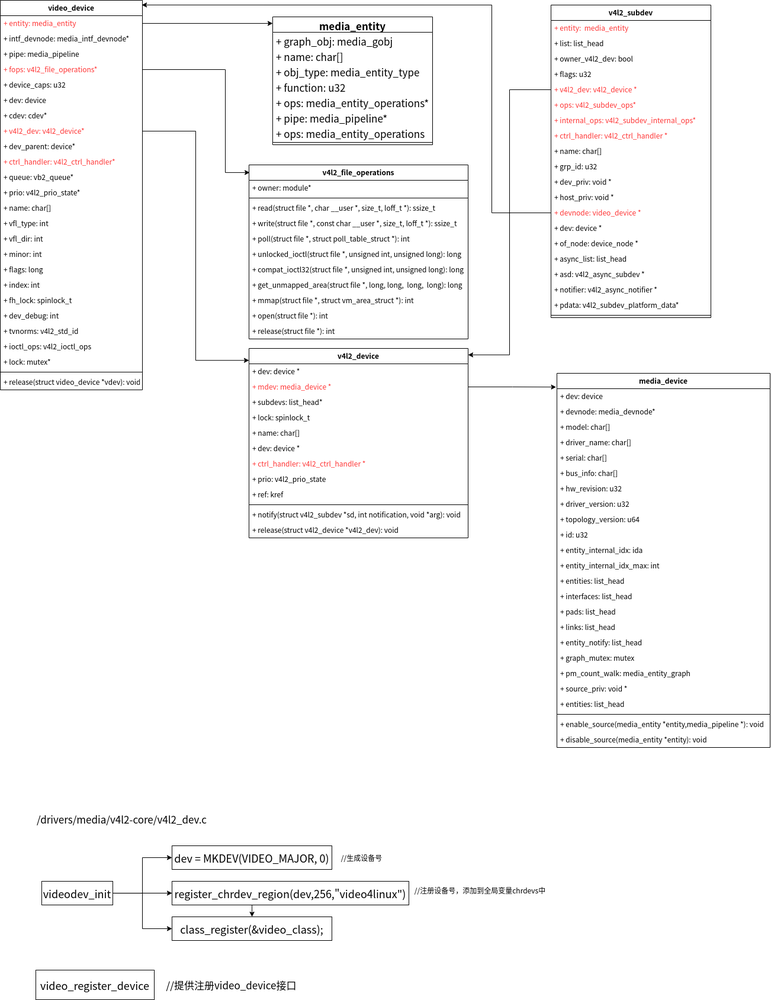
Above: v4l2-core.png in zhangmeizhen/test2 (draw.io), before the change. Source tidied: cells renumbered, new cells last; positions are measured from the earlier drawing's top-left corner, leaving out a move shared by most shapes.
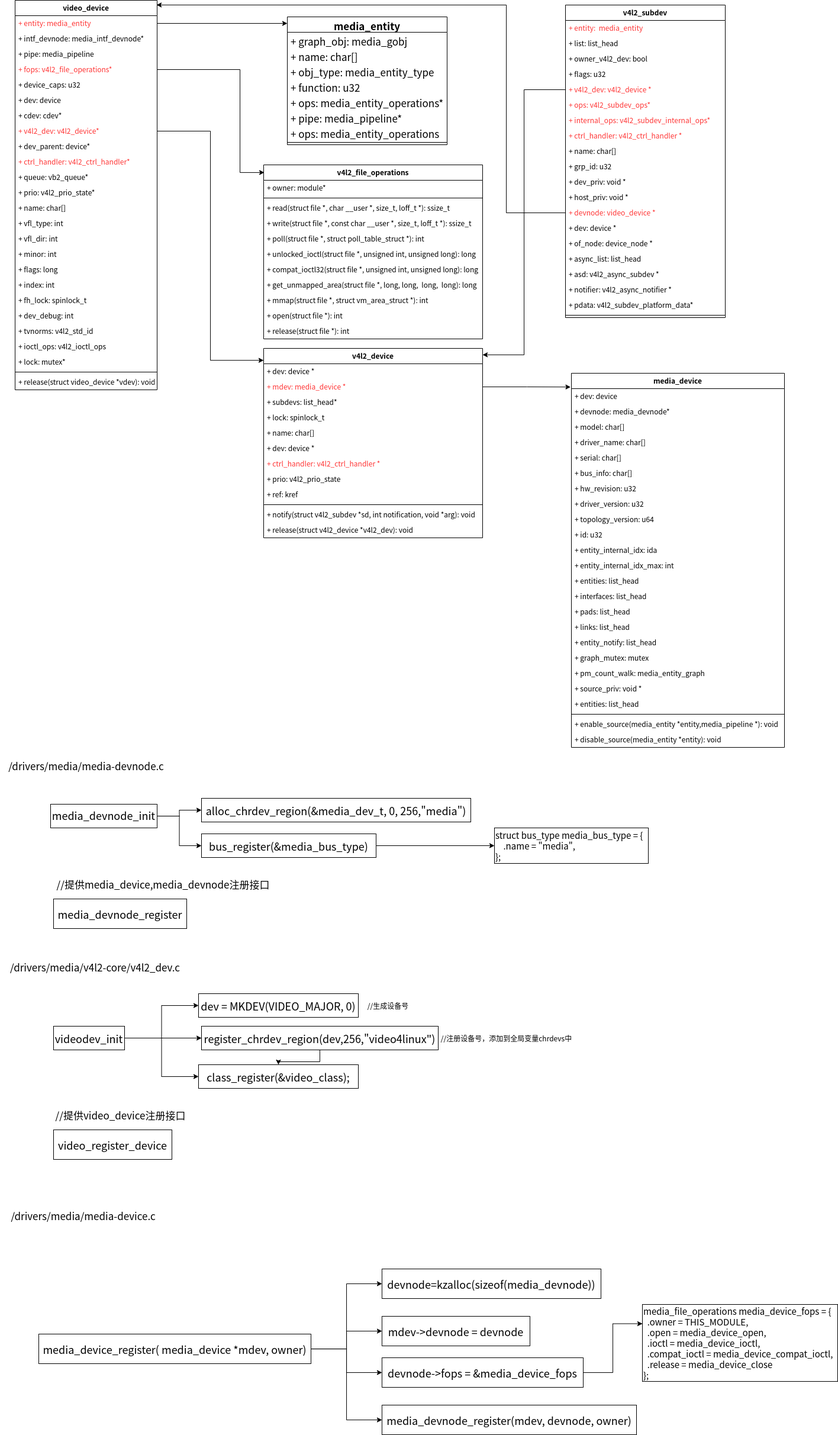
Later version of the same file.

What changed in the source:
```diff
@@ -246,32 +246,29 @@
     <mxCell id="79" style="edgeStyle=orthogonalEdgeStyle;rounded=0;jettySize=auto;html=1;entryX=0;entryY=0.5;entryDx=0;entryDy=0;fontColor=#000000;" parent="1" edge="1" source="82" target="84">
       <mxGeometry relative="1" as="geometry" />
     </mxCell>
-    <mxCell id="80" style="edgeStyle=orthogonalEdgeStyle;rounded=0;jettySize=auto;html=1;fontColor=#000000;" parent="1" edge="1" source="82" target="86">
+    <mxCell id="80" style="edgeStyle=orthogonalEdgeStyle;rounded=0;jettySize=auto;html=1;fontColor=#000000;startArrow=none;" parent="1" edge="1" source="84" target="86">
       <mxGeometry relative="1" as="geometry" />
     </mxCell>
     <mxCell id="81" style="edgeStyle=orthogonalEdgeStyle;rounded=0;jettySize=auto;html=1;entryX=0;entryY=0.5;entryDx=0;entryDy=0;fontColor=#000000;" parent="1" edge="1" source="82" target="86">
       <mxGeometry relative="1" as="geometry" />
     </mxCell>
     <mxCell id="82" value="&lt;div style=&quot;background-color: rgb(255, 255, 255); font-family: &amp;quot;Droid Sans Mono&amp;quot;, monospace, monospace, &amp;quot;Droid Sans Fallback&amp;quot;; font-size: 18px; line-height: 24px;&quot;&gt;&lt;span style=&quot;&quot;&gt;videodev_init&lt;/span&gt;&lt;/div&gt;" style="whiteSpace=wrap;html=1;fontColor=#000000;" parent="1" vertex="1">
-      <mxGeometry x="70" y="1488" width="120" height="40" as="geometry" />
+      <mxGeometry x="65" y="1733" width="120" height="40" as="geometry" />
     </mxCell>
     <mxCell id="83" value="&lt;font color=&quot;#000000&quot; style=&quot;font-size: 17px;&quot;&gt;/drivers/media/v4l2-core/v4l2_dev.c&lt;/font&gt;" style="text;html=1;align=center;verticalAlign=middle;strokeColor=none;fillColor=none;fontColor=#FF3333;fontSize=17;" parent="1" vertex="1">
-      <mxGeometry x="50" y="1368" width="310" height="30" as="geometry" />
+      <mxGeometry x="-20" y="1618" width="310" height="30" as="geometry" />
     </mxCell>
-    <mxCell id="84" value="&lt;div style=&quot;background-color: rgb(255, 255, 255); font-family: &amp;quot;Droid Sans Mono&amp;quot;, monospace, monospace, &amp;quot;Droid Sans Fallback&amp;quot;; font-size: 18px; line-height: 24px;&quot;&gt;&lt;div style=&quot;font-family: &amp;quot;Droid Sans Mono&amp;quot;, monospace, monospace, &amp;quot;Droid Sans Fallback&amp;quot;; line-height: 24px;&quot;&gt;&lt;span style=&quot;&quot;&gt;register_chrdev_region(dev,256,&quot;&lt;/span&gt;&lt;span style=&quot;&quot;&gt;video4linux&lt;/span&gt;&lt;span style=&quot;&quot;&gt;&quot;)&lt;/span&gt;&lt;/div&gt;&lt;/div&gt;" style="html=1;fontColor=#000000;whiteSpace=wrap;" parent="1" vertex="1">
-      <mxGeometry x="290" y="1488" width="400" height="40" as="geometry" />
-    </mxCell>
     <mxCell id="85" value="&lt;div style=&quot;background-color: rgb(255, 255, 255); font-family: &amp;quot;Droid Sans Mono&amp;quot;, monospace, monospace, &amp;quot;Droid Sans Fallback&amp;quot;; font-size: 18px; line-height: 24px;&quot;&gt;&lt;div style=&quot;font-family: &amp;quot;Droid Sans Mono&amp;quot;, monospace, monospace, &amp;quot;Droid Sans Fallback&amp;quot;; line-height: 24px;&quot;&gt;&lt;div style=&quot;font-family: &amp;quot;Droid Sans Mono&amp;quot;, monospace, monospace, &amp;quot;Droid Sans Fallback&amp;quot;; line-height: 24px;&quot;&gt;dev = &lt;span style=&quot;&quot;&gt;MKDEV&lt;/span&gt;(VIDEO_MAJOR, &lt;span style=&quot;&quot;&gt;0&lt;/span&gt;)&lt;/div&gt;&lt;/div&gt;&lt;/div&gt;" style="html=1;fontColor=#000000;whiteSpace=wrap;" parent="1" vertex="1">
-      <mxGeometry x="290" y="1428" width="270" height="40" as="geometry" />
+      <mxGeometry x="310" y="1678" width="270" height="40" as="geometry" />
     </mxCell>
     <mxCell id="86" value="&lt;div style=&quot;background-color: rgb(255, 255, 255); font-family: &amp;quot;Droid Sans Mono&amp;quot;, monospace, monospace, &amp;quot;Droid Sans Fallback&amp;quot;; font-size: 18px; line-height: 24px;&quot;&gt;&lt;div style=&quot;font-family: &amp;quot;Droid Sans Mono&amp;quot;, monospace, monospace, &amp;quot;Droid Sans Fallback&amp;quot;; line-height: 24px;&quot;&gt;&lt;div style=&quot;font-family: &amp;quot;Droid Sans Mono&amp;quot;, monospace, monospace, &amp;quot;Droid Sans Fallback&amp;quot;; line-height: 24px;&quot;&gt;&lt;div style=&quot;font-family: &amp;quot;Droid Sans Mono&amp;quot;, monospace, monospace, &amp;quot;Droid Sans Fallback&amp;quot;; line-height: 24px;&quot;&gt;&lt;span style=&quot;&quot;&gt;class_register&lt;/span&gt;(&amp;amp;video_class);&lt;/div&gt;&lt;/div&gt;&lt;/div&gt;&lt;/div&gt;" style="html=1;fontColor=#000000;whiteSpace=wrap;" parent="1" vertex="1">
-      <mxGeometry x="290" y="1548" width="270" height="40" as="geometry" />
+      <mxGeometry x="310" y="1798" width="270" height="40" as="geometry" />
     </mxCell>
     <mxCell id="87" value="//生成设备号" style="text;html=1;align=center;verticalAlign=middle;strokeColor=none;fillColor=none;fontColor=#000000;" parent="1" vertex="1">
-      <mxGeometry x="565" y="1433" width="90" height="30" as="geometry" />
+      <mxGeometry x="585" y="1683" width="90" height="30" as="geometry" />
     </mxCell>
     <mxCell id="88" value="//注册设备号，添加到全局变量chrdevs中" style="text;html=1;align=center;verticalAlign=middle;strokeColor=none;fillColor=none;fontColor=#000000;" parent="1" vertex="1">
-      <mxGeometry x="690" y="1488" width="240" height="30" as="geometry" />
+      <mxGeometry x="710" y="1738" width="240" height="30" as="geometry" />
     </mxCell>
     <mxCell id="89" value="media_device" style="swimlane;fontStyle=1;align=center;verticalAlign=top;horizontal=1;startSize=26;fontColor=#000000;" parent="1" vertex="1">
       <mxGeometry x="940" y="630" width="360" height="632" as="geometry" />
@@ -382,10 +379,82 @@
       <mxGeometry relative="1" as="geometry" />
     </mxCell>
     <mxCell id="125" value="&lt;div style=&quot;background-color: rgb(255, 255, 255); font-family: &amp;quot;Droid Sans Mono&amp;quot;, monospace, monospace, &amp;quot;Droid Sans Fallback&amp;quot;; font-size: 18px; line-height: 24px;&quot;&gt;video_register_device&lt;/div&gt;" style="whiteSpace=wrap;html=1;fontSize=17;fontColor=#000000;strokeColor=default;strokeWidth=1;" parent="1" vertex="1">
-      <mxGeometry x="60" y="1638" width="200" height="50" as="geometry" />
+      <mxGeometry x="65" y="1908" width="200" height="50" as="geometry" />
     </mxCell>
-    <mxCell id="126" value="//提供注册video_device接口" style="text;html=1;align=center;verticalAlign=middle;strokeColor=none;fillColor=none;fontSize=17;fontColor=#000000;" parent="1" vertex="1">
-      <mxGeometry x="270" y="1648" width="240" height="30" as="geometry" />
+    <mxCell id="126" value="//提供video_device注册接口" style="text;html=1;align=center;verticalAlign=middle;strokeColor=none;fillColor=none;fontSize=17;fontColor=#000000;" parent="1" vertex="1">
+      <mxGeometry x="57.5" y="1868" width="240" height="30" as="geometry" />
     </mxCell>
+    <mxCell id="127" value="&lt;span style=&quot;font-size: 17px;&quot;&gt;/drivers/media/media-device&lt;/span&gt;&lt;span style=&quot;font-size: 17px;&quot;&gt;.c&lt;/span&gt;" style="text;html=1;align=center;verticalAlign=middle;strokeColor=none;fillColor=none;fontSize=15;fontColor=#000000;" parent="1" vertex="1">
+      <mxGeometry x="-20" y="2038" width="270" height="30" as="geometry" />
+    </mxCell>
+    <mxCell id="128" style="edgeStyle=orthogonalEdgeStyle;rounded=0;jettySize=auto;html=1;entryX=0;entryY=0.5;entryDx=0;entryDy=0;fontSize=15;fontColor=#000000;" parent="1" edge="1" source="132" target="133">
+      <mxGeometry relative="1" as="geometry" />
+    </mxCell>
+    <mxCell id="129" style="edgeStyle=orthogonalEdgeStyle;rounded=0;jettySize=auto;html=1;entryX=0;entryY=0.5;entryDx=0;entryDy=0;fontSize=15;fontColor=#000000;" parent="1" edge="1" source="132" target="134">
+      <mxGeometry relative="1" as="geometry" />
+    </mxCell>
+    <mxCell id="130" style="edgeStyle=orthogonalEdgeStyle;rounded=0;jettySize=auto;html=1;entryX=0;entryY=0.5;entryDx=0;entryDy=0;fontSize=15;fontColor=#000000;" parent="1" edge="1" source="132" target="136">
+      <mxGeometry relative="1" as="geometry" />
+    </mxCell>
+    <mxCell id="131" style="edgeStyle=orthogonalEdgeStyle;rounded=0;jettySize=auto;html=1;entryX=0;entryY=0.5;entryDx=0;entryDy=0;fontSize=15;fontColor=#000000;" parent="1" edge="1" source="132" target="138">
+      <mxGeometry relative="1" as="geometry" />
+    </mxCell>
+    <mxCell id="132" value="&lt;div style=&quot;background-color: rgb(255, 255, 255); font-family: &amp;quot;Droid Sans Mono&amp;quot;, monospace, monospace, &amp;quot;Droid Sans Fallback&amp;quot;; font-size: 18px; line-height: 24px;&quot;&gt;media_device_register( media_device *mdev, owner)&lt;/div&gt;" style="whiteSpace=wrap;html=1;fontSize=17;fontColor=#000000;strokeColor=default;strokeWidth=1;" parent="1" vertex="1">
+      <mxGeometry x="40" y="2253" width="460" height="50" as="geometry" />
+    </mxCell>
+    <mxCell id="133" value="&lt;div style=&quot;background-color: rgb(255, 255, 255); font-family: &amp;quot;Droid Sans Mono&amp;quot;, monospace, monospace, &amp;quot;Droid Sans Fallback&amp;quot;; font-size: 18px; line-height: 24px;&quot;&gt;devnode=kzalloc(sizeof(media_devnode))&lt;/div&gt;" style="whiteSpace=wrap;html=1;fontSize=17;fontColor=#000000;strokeColor=default;strokeWidth=1;" parent="1" vertex="1">
+      <mxGeometry x="620" y="2143" width="370" height="50" as="geometry" />
+    </mxCell>
+    <mxCell id="134" value="&lt;div style=&quot;background-color: rgb(255, 255, 255); font-family: &amp;quot;Droid Sans Mono&amp;quot;, monospace, monospace, &amp;quot;Droid Sans Fallback&amp;quot;; font-size: 18px; line-height: 24px;&quot;&gt;mdev-&amp;gt;devnode = devnode&lt;/div&gt;" style="whiteSpace=wrap;html=1;fontSize=17;fontColor=#000000;strokeColor=default;strokeWidth=1;" parent="1" vertex="1">
+      <mxGeometry x="620" y="2223" width="250" height="50" as="geometry" />
+    </mxCell>
+    <mxCell id="135" style="edgeStyle=orthogonalEdgeStyle;rounded=0;jettySize=auto;html=1;entryX=0;entryY=0.25;entryDx=0;entryDy=0;fontSize=15;fontColor=#000000;" parent="1" edge="1" source="136" target="137">
+      <mxGeometry relative="1" as="geometry" />
+    </mxCell>
+    <mxCell id="136" value="&lt;div style=&quot;background-color: rgb(255, 255, 255); font-family: &amp;quot;Droid Sans Mono&amp;quot;, monospace, monospace, &amp;quot;Droid Sans Fallback&amp;quot;; font-size: 18px; line-height: 24px;&quot;&gt;devnode-&amp;gt;fops = &amp;amp;media_device_fops&lt;/div&gt;" style="whiteSpace=wrap;html=1;fontSize=17;fontColor=#000000;strokeColor=default;strokeWidth=1;" parent="1" vertex="1">
+      <mxGeometry x="620" y="2293" width="340" height="50" as="geometry" />
+    </mxCell>
+    <mxCell id="137" value="&lt;div style=&quot;&quot;&gt;media_file_operations media_device_fops = {&lt;/div&gt;&lt;div&gt;&lt;span style=&quot;&quot;&gt;&lt;/span&gt;&amp;nbsp; .owner = THIS_MODULE,&lt;/div&gt;&lt;div&gt;&lt;span style=&quot;&quot;&gt;&lt;/span&gt;&amp;nbsp; .open = media_device_open,&lt;/div&gt;&lt;div&gt;&lt;span style=&quot;&quot;&gt;&lt;/span&gt;&amp;nbsp; .ioctl = media_device_ioctl,&lt;/div&gt;&lt;div&gt;&lt;span style=&quot;&quot;&gt;&lt;/span&gt;&amp;nbsp; .compat_ioctl = media_device_compat_ioctl,&lt;/div&gt;&lt;div&gt;&lt;span style=&quot;&quot;&gt;&lt;/span&gt;&amp;nbsp; .release = media_device_close&lt;/div&gt;&lt;div&gt;&lt;span style=&quot;background-color: initial;&quot;&gt;};&lt;/span&gt;&lt;/div&gt;" style="whiteSpace=wrap;html=1;fontSize=15;fontColor=#000000;strokeColor=#000000;strokeWidth=1;align=left;" parent="1" vertex="1">
+      <mxGeometry x="1060" y="2203" width="330" height="130" as="geometry" />
+    </mxCell>
+    <mxCell id="138" value="&lt;div style=&quot;background-color: rgb(255, 255, 255); font-family: &amp;quot;Droid Sans Mono&amp;quot;, monospace, monospace, &amp;quot;Droid Sans Fallback&amp;quot;; font-size: 18px; line-height: 24px;&quot;&gt;media_devnode_register(mdev, devnode, owner)&lt;/div&gt;" style="whiteSpace=wrap;html=1;fontSize=17;fontColor=#000000;strokeColor=default;strokeWidth=1;" parent="1" vertex="1">
+      <mxGeometry x="620" y="2373" width="430" height="50" as="geometry" />
+    </mxCell>
+    <mxCell id="139" value="&lt;span style=&quot;font-size: 17px;&quot;&gt;/drivers/media/media-devnode&lt;/span&gt;&lt;span style=&quot;font-size: 17px;&quot;&gt;.c&lt;/span&gt;" style="text;html=1;align=center;verticalAlign=middle;strokeColor=none;fillColor=none;fontSize=15;fontColor=#000000;" parent="1" vertex="1">
+      <mxGeometry x="-25" y="1278" width="290" height="30" as="geometry" />
+    </mxCell>
+    <mxCell id="140" style="edgeStyle=orthogonalEdgeStyle;rounded=0;jettySize=auto;html=1;entryX=0;entryY=0.5;entryDx=0;entryDy=0;fontSize=15;fontColor=#000000;" parent="1" edge="1" source="142" target="143">
+      <mxGeometry relative="1" as="geometry" />
+    </mxCell>
+    <mxCell id="141" style="edgeStyle=orthogonalEdgeStyle;rounded=0;jettySize=auto;html=1;entryX=0;entryY=0.5;entryDx=0;entryDy=0;fontSize=15;fontColor=#000000;" parent="1" edge="1" source="142" target="145">
+      <mxGeometry relative="1" as="geometry" />
+    </mxCell>
+    <mxCell id="142" value="&lt;div style=&quot;background-color: rgb(255, 255, 255); line-height: 24px;&quot;&gt;&lt;font face=&quot;Droid Sans Mono, monospace, monospace, Droid Sans Fallback&quot;&gt;&lt;span style=&quot;font-size: 18px;&quot;&gt;media_devnode_init&lt;/span&gt;&lt;/font&gt;&lt;br&gt;&lt;/div&gt;" style="whiteSpace=wrap;html=1;fontColor=#000000;" parent="1" vertex="1">
+      <mxGeometry x="60" y="1358" width="180" height="40" as="geometry" />
+    </mxCell>
+    <mxCell id="143" value="&lt;div style=&quot;background-color: rgb(255, 255, 255); font-family: &amp;quot;Droid Sans Mono&amp;quot;, monospace, monospace, &amp;quot;Droid Sans Fallback&amp;quot;; font-size: 18px; line-height: 24px;&quot;&gt;&lt;div style=&quot;font-family: &amp;quot;Droid Sans Mono&amp;quot;, monospace, monospace, &amp;quot;Droid Sans Fallback&amp;quot;; line-height: 24px;&quot;&gt;&lt;div style=&quot;font-family: &amp;quot;Droid Sans Mono&amp;quot;, monospace, monospace, &amp;quot;Droid Sans Fallback&amp;quot;; line-height: 24px;&quot;&gt;&lt;div style=&quot;line-height: 24px;&quot;&gt;alloc_chrdev_region(&amp;amp;media_dev_t, 0, 256,&quot;media&quot;)&lt;/div&gt;&lt;/div&gt;&lt;/div&gt;&lt;/div&gt;" style="html=1;fontColor=#000000;whiteSpace=wrap;" parent="1" vertex="1">
+      <mxGeometry x="315" y="1348" width="455" height="40" as="geometry" />
+    </mxCell>
+    <mxCell id="144" style="edgeStyle=orthogonalEdgeStyle;rounded=0;jettySize=auto;html=1;fontSize=15;fontColor=#000000;" parent="1" edge="1" source="145" target="146">
+      <mxGeometry relative="1" as="geometry" />
+    </mxCell>
+    <mxCell id="145" value="&lt;div style=&quot;background-color: rgb(255, 255, 255); font-family: &amp;quot;Droid Sans Mono&amp;quot;, monospace, monospace, &amp;quot;Droid Sans Fallback&amp;quot;; font-size: 18px; line-height: 24px;&quot;&gt;&lt;div style=&quot;font-family: &amp;quot;Droid Sans Mono&amp;quot;, monospace, monospace, &amp;quot;Droid Sans Fallback&amp;quot;; line-height: 24px;&quot;&gt;&lt;div style=&quot;font-family: &amp;quot;Droid Sans Mono&amp;quot;, monospace, monospace, &amp;quot;Droid Sans Fallback&amp;quot;; line-height: 24px;&quot;&gt;&lt;div style=&quot;line-height: 24px;&quot;&gt;bus_register(&amp;amp;media_bus_type)&lt;/div&gt;&lt;/div&gt;&lt;/div&gt;&lt;/div&gt;" style="html=1;fontColor=#000000;whiteSpace=wrap;" parent="1" vertex="1">
+      <mxGeometry x="315" y="1408" width="295" height="40" as="geometry" />
+    </mxCell>
+    <mxCell id="146" value="&lt;div&gt;struct bus_type media_bus_type = {&lt;/div&gt;&lt;div&gt;&lt;span style=&quot;&quot;&gt;&lt;/span&gt;&amp;nbsp; &amp;nbsp; .name = &quot;media&quot;,&lt;/div&gt;&lt;div&gt;};&lt;/div&gt;" style="whiteSpace=wrap;html=1;fontSize=15;fontColor=#000000;strokeColor=#000000;strokeWidth=1;align=left;" parent="1" vertex="1">
+      <mxGeometry x="810" y="1398" width="260" height="60" as="geometry" />
+    </mxCell>
+    <mxCell id="147" value="&lt;div style=&quot;background-color: rgb(255, 255, 255); font-family: &amp;quot;Droid Sans Mono&amp;quot;, monospace, monospace, &amp;quot;Droid Sans Fallback&amp;quot;; font-size: 18px; line-height: 24px;&quot;&gt;media_devnode_register&lt;/div&gt;" style="whiteSpace=wrap;html=1;fontSize=17;fontColor=#000000;strokeColor=default;strokeWidth=1;" parent="1" vertex="1">
+      <mxGeometry x="65" y="1518" width="225" height="50" as="geometry" />
+    </mxCell>
+    <mxCell id="148" value="//提供media_device,media_devnode注册接口" style="text;html=1;align=center;verticalAlign=middle;strokeColor=none;fillColor=none;fontSize=17;fontColor=#000000;" parent="1" vertex="1">
+      <mxGeometry x="60" y="1478" width="380" height="30" as="geometry" />
+    </mxCell>
+    <mxCell id="84" value="&lt;div style=&quot;background-color: rgb(255, 255, 255); font-family: &amp;quot;Droid Sans Mono&amp;quot;, monospace, monospace, &amp;quot;Droid Sans Fallback&amp;quot;; font-size: 18px; line-height: 24px;&quot;&gt;&lt;div style=&quot;font-family: &amp;quot;Droid Sans Mono&amp;quot;, monospace, monospace, &amp;quot;Droid Sans Fallback&amp;quot;; line-height: 24px;&quot;&gt;&lt;span style=&quot;&quot;&gt;register_chrdev_region(dev,256,&quot;&lt;/span&gt;&lt;span style=&quot;&quot;&gt;video4linux&lt;/span&gt;&lt;span style=&quot;&quot;&gt;&quot;)&lt;/span&gt;&lt;/div&gt;&lt;/div&gt;" style="html=1;fontColor=#000000;whiteSpace=wrap;" parent="1" vertex="1">
+      <mxGeometry x="315" y="1733" width="400" height="40" as="geometry" />
+    </mxCell>
+    <mxCell id="149" style="edgeStyle=orthogonalEdgeStyle;rounded=0;jettySize=auto;html=1;fontColor=#000000;endArrow=none;" parent="1" edge="1" source="82" target="84">
+      <mxGeometry relative="1" as="geometry" />
+    </mxCell>
   </root>
 </mxGraphModel>
```
